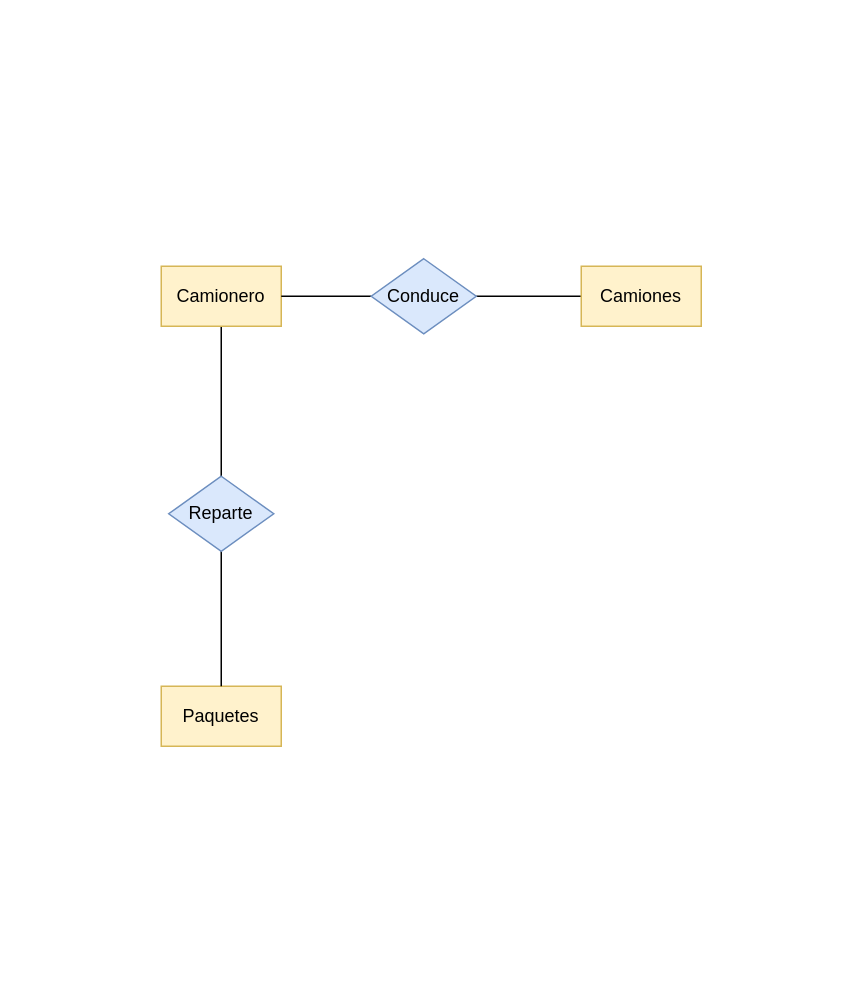
Before: Unidad-1/Tareas/tarea_2_3/tema 4.drawio in toninavhd/Base-datos, a draw.io diagram. Source tidied: cells renumbered, new cells numbered last; positions are measured from the earlier drawing's top-left corner, leaving out a move shared by most shapes. Both pictures are drawn from the tidied source at 150%, with x=0, y=0 at pixel (160, 258).
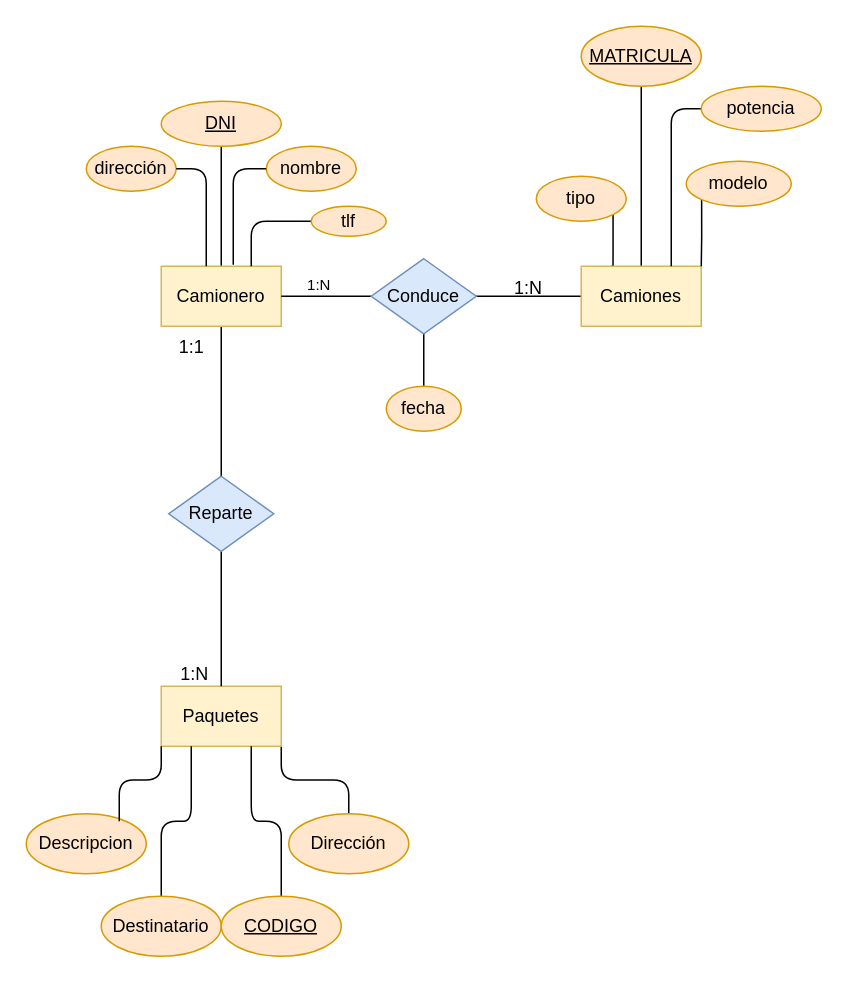
After the change.

Unchanged cells that the change refers to:
```xml
<mxCell id="3" value="Camionero" style="rounded=0;whiteSpace=wrap;html=1;fillColor=#fff2cc;strokeColor=#d6b656;" parent="1" vertex="1">
  <mxGeometry y="5" width="80" height="40" as="geometry" />
</mxCell>
<mxCell id="4" value="&lt;div&gt;Paquetes&lt;/div&gt;" style="whiteSpace=wrap;html=1;fillColor=#fff2cc;strokeColor=#d6b656;" parent="1" vertex="1">
  <mxGeometry y="285" width="80" height="40" as="geometry" />
</mxCell>
<mxCell id="6" value="Camiones" style="whiteSpace=wrap;html=1;fillColor=#fff2cc;strokeColor=#d6b656;" parent="1" vertex="1">
  <mxGeometry x="280" y="5" width="80" height="40" as="geometry" />
</mxCell>
<mxCell id="8" value="&lt;div&gt;Conduce&lt;/div&gt;" style="rhombus;whiteSpace=wrap;html=1;fillColor=#dae8fc;strokeColor=#6c8ebf;" parent="1" vertex="1">
  <mxGeometry x="140" width="70" height="50" as="geometry" />
</mxCell>
```

What changed in the source:
```diff
@@
+    <mxCell id="11" style="edgeStyle=orthogonalEdgeStyle;rounded=0;jettySize=auto;html=1;exitX=0.5;exitY=0;exitDx=0;exitDy=0;entryX=0.5;entryY=1;entryDx=0;entryDy=0;endArrow=none;endFill=0;" parent="1" edge="1" source="3" target="16">
+      <mxGeometry relative="1" as="geometry" />
+    </mxCell>
@@
+    <mxCell id="12" style="edgeStyle=orthogonalEdgeStyle;rounded=1;jettySize=auto;html=1;exitX=1;exitY=1;exitDx=0;exitDy=0;endArrow=none;endFill=0;" parent="1" edge="1" source="4" target="33">
+      <mxGeometry relative="1" as="geometry" />
+    </mxCell>
@@
+    <mxCell id="13" style="edgeStyle=orthogonalEdgeStyle;rounded=0;jettySize=auto;html=1;exitX=0.5;exitY=0;exitDx=0;exitDy=0;entryX=0.5;entryY=1;entryDx=0;entryDy=0;endArrow=none;endFill=0;" parent="1" edge="1" source="6" target="23">
+      <mxGeometry relative="1" as="geometry" />
+    </mxCell>
+    <mxCell id="14" style="edgeStyle=orthogonalEdgeStyle;rounded=0;jettySize=auto;html=1;exitX=0.25;exitY=0;exitDx=0;exitDy=0;entryX=1;entryY=1;entryDx=0;entryDy=0;endArrow=none;endFill=0;" parent="1" edge="1" source="6" target="26">
+      <mxGeometry relative="1" as="geometry" />
+    </mxCell>
@@
+    <mxCell id="15" style="edgeStyle=orthogonalEdgeStyle;rounded=0;jettySize=auto;html=1;exitX=0.5;exitY=1;exitDx=0;exitDy=0;entryX=0.5;entryY=0;entryDx=0;entryDy=0;endArrow=none;endFill=0;" parent="1" edge="1" source="8" target="36">
+      <mxGeometry relative="1" as="geometry" />
+    </mxCell>
@@
+    <mxCell id="16" value="&lt;u&gt;DNI&lt;/u&gt;" style="ellipse;whiteSpace=wrap;html=1;fillColor=#ffe6cc;strokeColor=#d79b00;" parent="1" vertex="1">
+      <mxGeometry y="-105" width="80" height="30" as="geometry" />
+    </mxCell>
+    <mxCell id="17" value="nombre" style="ellipse;whiteSpace=wrap;html=1;fillColor=#ffe6cc;strokeColor=#d79b00;" parent="1" vertex="1">
+      <mxGeometry x="70" y="-75" width="60" height="30" as="geometry" />
+    </mxCell>
+    <mxCell id="18" style="edgeStyle=orthogonalEdgeStyle;jettySize=auto;html=1;exitX=0;exitY=0.5;exitDx=0;exitDy=0;entryX=0.6;entryY=-0.025;entryDx=0;entryDy=0;entryPerimeter=0;endArrow=none;endFill=0;rounded=1;" parent="1" edge="1" source="17" target="3">
+      <mxGeometry relative="1" as="geometry" />
+    </mxCell>
+    <mxCell id="19" style="edgeStyle=orthogonalEdgeStyle;rounded=1;jettySize=auto;html=1;exitX=0;exitY=0.5;exitDx=0;exitDy=0;entryX=0.75;entryY=0;entryDx=0;entryDy=0;endArrow=none;endFill=0;" parent="1" edge="1" source="20" target="3">
+      <mxGeometry relative="1" as="geometry" />
+    </mxCell>
+    <mxCell id="20" value="tlf" style="ellipse;whiteSpace=wrap;html=1;fillColor=#ffe6cc;strokeColor=#d79b00;" parent="1" vertex="1">
+      <mxGeometry x="100" y="-35" width="50" height="20" as="geometry" />
+    </mxCell>
+    <mxCell id="21" value="dirección" style="ellipse;whiteSpace=wrap;html=1;fillColor=#ffe6cc;strokeColor=#d79b00;" parent="1" vertex="1">
+      <mxGeometry x="-50" y="-75" width="60" height="30" as="geometry" />
+    </mxCell>
+    <mxCell id="22" style="edgeStyle=orthogonalEdgeStyle;jettySize=auto;html=1;exitX=1;exitY=0.5;exitDx=0;exitDy=0;entryX=0.375;entryY=0;entryDx=0;entryDy=0;entryPerimeter=0;endArrow=none;endFill=0;rounded=1;" parent="1" edge="1" source="21" target="3">
+      <mxGeometry relative="1" as="geometry" />
+    </mxCell>
+    <mxCell id="23" value="&lt;u&gt;MATRICULA&lt;/u&gt;" style="ellipse;whiteSpace=wrap;html=1;fillColor=#ffe6cc;strokeColor=#d79b00;" parent="1" vertex="1">
+      <mxGeometry x="280" y="-155" width="80" height="40" as="geometry" />
+    </mxCell>
+    <mxCell id="24" style="edgeStyle=orthogonalEdgeStyle;rounded=0;jettySize=auto;html=1;exitX=0;exitY=1;exitDx=0;exitDy=0;entryX=1;entryY=0;entryDx=0;entryDy=0;endArrow=none;endFill=0;" parent="1" edge="1" source="25" target="6">
+      <mxGeometry relative="1" as="geometry" />
+    </mxCell>
+    <mxCell id="25" value="&lt;div&gt;modelo&lt;/div&gt;" style="ellipse;whiteSpace=wrap;html=1;fillColor=#ffe6cc;strokeColor=#d79b00;" parent="1" vertex="1">
+      <mxGeometry x="350" y="-65" width="70" height="30" as="geometry" />
+    </mxCell>
+    <mxCell id="26" value="tipo" style="ellipse;whiteSpace=wrap;html=1;fillColor=#ffe6cc;strokeColor=#d79b00;" parent="1" vertex="1">
+      <mxGeometry x="250" y="-55" width="60" height="30" as="geometry" />
+    </mxCell>
+    <mxCell id="27" style="edgeStyle=orthogonalEdgeStyle;rounded=1;jettySize=auto;html=1;exitX=0;exitY=0.5;exitDx=0;exitDy=0;entryX=0.75;entryY=0;entryDx=0;entryDy=0;endArrow=none;endFill=0;" parent="1" edge="1" source="28" target="6">
+      <mxGeometry relative="1" as="geometry" />
+    </mxCell>
+    <mxCell id="28" value="&lt;div&gt;potencia&lt;/div&gt;" style="ellipse;whiteSpace=wrap;html=1;fillColor=#ffe6cc;strokeColor=#d79b00;" parent="1" vertex="1">
+      <mxGeometry x="360" y="-115" width="80" height="30" as="geometry" />
+    </mxCell>
+    <mxCell id="29" value="Descripcion" style="ellipse;whiteSpace=wrap;html=1;fillColor=#ffe6cc;strokeColor=#d79b00;" parent="1" vertex="1">
+      <mxGeometry x="-90" y="370" width="80" height="40" as="geometry" />
+    </mxCell>
+    <mxCell id="30" style="edgeStyle=orthogonalEdgeStyle;rounded=1;jettySize=auto;html=1;exitX=0;exitY=1;exitDx=0;exitDy=0;entryX=0.775;entryY=0.125;entryDx=0;entryDy=0;entryPerimeter=0;endArrow=none;endFill=0;" parent="1" edge="1" source="4" target="29">
+      <mxGeometry relative="1" as="geometry" />
+    </mxCell>
+    <mxCell id="31" style="edgeStyle=orthogonalEdgeStyle;rounded=1;jettySize=auto;html=1;exitX=0.5;exitY=0;exitDx=0;exitDy=0;entryX=0.25;entryY=1;entryDx=0;entryDy=0;endArrow=none;endFill=0;" parent="1" edge="1" source="32" target="4">
+      <mxGeometry relative="1" as="geometry" />
+    </mxCell>
+    <mxCell id="32" value="Destinatario" style="ellipse;whiteSpace=wrap;html=1;fillColor=#ffe6cc;strokeColor=#d79b00;" parent="1" vertex="1">
+      <mxGeometry x="-40" y="425" width="80" height="40" as="geometry" />
+    </mxCell>
+    <mxCell id="33" value="Dirección" style="ellipse;whiteSpace=wrap;html=1;fillColor=#ffe6cc;strokeColor=#d79b00;" parent="1" vertex="1">
+      <mxGeometry x="85" y="370" width="80" height="40" as="geometry" />
+    </mxCell>
+    <mxCell id="34" style="edgeStyle=orthogonalEdgeStyle;rounded=1;jettySize=auto;html=1;exitX=0.5;exitY=0;exitDx=0;exitDy=0;entryX=0.75;entryY=1;entryDx=0;entryDy=0;endArrow=none;endFill=0;" parent="1" edge="1" source="35" target="4">
+      <mxGeometry relative="1" as="geometry" />
+    </mxCell>
+    <mxCell id="35" value="&lt;u&gt;CODIGO&lt;/u&gt;" style="ellipse;whiteSpace=wrap;html=1;fillColor=#ffe6cc;strokeColor=#d79b00;" parent="1" vertex="1">
+      <mxGeometry x="40" y="425" width="80" height="40" as="geometry" />
+    </mxCell>
+    <mxCell id="36" value="fecha" style="ellipse;whiteSpace=wrap;html=1;fillColor=#ffe6cc;strokeColor=#d79b00;" parent="1" vertex="1">
+      <mxGeometry x="150" y="85" width="50" height="30" as="geometry" />
+    </mxCell>
+    <mxCell id="37" value="1:N" style="text;html=1;strokeColor=none;fillColor=none;align=center;verticalAlign=middle;whiteSpace=wrap;rounded=0;" parent="1" vertex="1">
+      <mxGeometry x="220" y="15" width="50" height="10" as="geometry" />
+    </mxCell>
+    <mxCell id="38" value="&lt;sup&gt;1:N&lt;/sup&gt;" style="text;html=1;align=center;verticalAlign=middle;strokeColor=none;fillColor=none;" parent="1" vertex="1">
+      <mxGeometry x="85" y="5" width="40" height="30" as="geometry" />
+    </mxCell>
+    <mxCell id="39" value="1:1" style="text;html=1;align=center;verticalAlign=middle;strokeColor=none;fillColor=none;" parent="1" vertex="1">
+      <mxGeometry y="44" width="40" height="30" as="geometry" />
+    </mxCell>
+    <mxCell id="40" value="1:N" style="text;html=1;align=center;verticalAlign=middle;strokeColor=none;fillColor=none;" parent="1" vertex="1">
+      <mxGeometry x="2" y="262" width="40" height="30" as="geometry" />
+    </mxCell>
```
